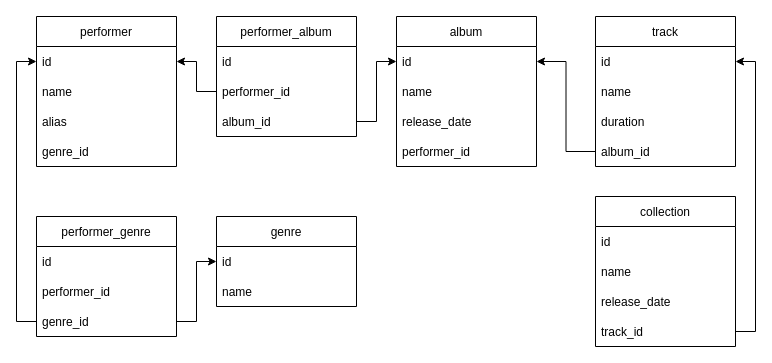
Above: Sheme Music_DB Diagram.drawio in Fmndkn/SQL_task (draw.io), before the change. Source tidied: cells renumbered, new cells numbered last; positions are measured from the earlier drawing's top-left corner, leaving out a move shared by most shapes. Both pictures are drawn from the tidied source at 100%, with x=0, y=0 at pixel (36, 16).
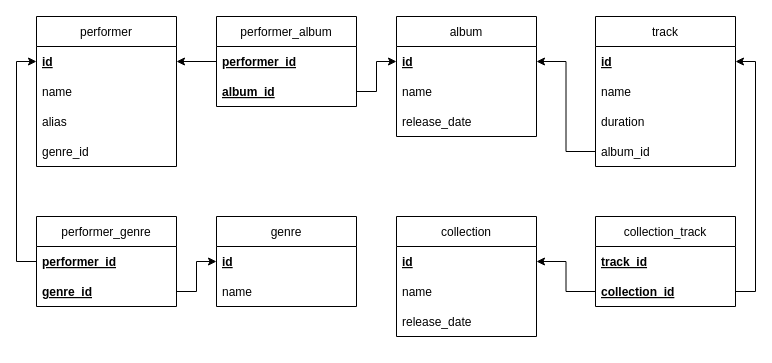
Above is the later version.

Unchanged cells that the change refers to:
```xml
<mxCell id="2" value="performer" style="swimlane;fontStyle=0;horizontal=1;startSize=30;" parent="1" vertex="1">
  <mxGeometry width="140" height="150" as="geometry" />
</mxCell>
<mxCell id="12" value="genre" style="swimlane;fontStyle=0;horizontal=1;startSize=30;" parent="1" vertex="1">
  <mxGeometry x="180" y="200" width="140" height="90" as="geometry" />
</mxCell>
<mxCell id="15" value="track" style="swimlane;fontStyle=0;horizontal=1;startSize=30;" parent="1" vertex="1">
  <mxGeometry x="559" width="140" height="150" as="geometry" />
</mxCell>
```

Change to the diagram source:
```diff
@@
-    <mxCell id="3" value="id" style="text;strokeColor=none;fillColor=none;align=left;verticalAlign=middle;spacingLeft=4;spacingRight=4;overflow=hidden;points=[[0,0.5],[1,0.5]];portConstraint=eastwest;" parent="2" vertex="1">
+    <mxCell id="3" value="id" style="text;strokeColor=none;fillColor=none;align=left;verticalAlign=middle;spacingLeft=4;spacingRight=4;overflow=hidden;points=[[0,0.5],[1,0.5]];portConstraint=eastwest;fontStyle=5;" parent="2" vertex="1">
       <mxGeometry y="30" width="140" height="30" as="geometry" />
     </mxCell>
@@
     <mxCell id="7" value="album" style="swimlane;fontStyle=0;horizontal=1;startSize=30;" parent="1" vertex="1">
-      <mxGeometry x="360" width="140" height="150" as="geometry" />
+      <mxGeometry x="360" width="140" height="120" as="geometry" />
     </mxCell>
-    <mxCell id="8" value="id" style="text;strokeColor=none;fillColor=none;align=left;verticalAlign=middle;spacingLeft=4;spacingRight=4;overflow=hidden;points=[[0,0.5],[1,0.5]];portConstraint=eastwest;" parent="7" vertex="1">
+    <mxCell id="8" value="id" style="text;strokeColor=none;fillColor=none;align=left;verticalAlign=middle;spacingLeft=4;spacingRight=4;overflow=hidden;points=[[0,0.5],[1,0.5]];portConstraint=eastwest;fontStyle=5;" parent="7" vertex="1">
       <mxGeometry y="30" width="140" height="30" as="geometry" />
     </mxCell>
@@
-    <mxCell id="11" value="performer_id" style="text;strokeColor=none;fillColor=none;align=left;verticalAlign=middle;spacingLeft=4;spacingRight=4;overflow=hidden;" parent="7" vertex="1">
-      <mxGeometry y="120" width="140" height="30" as="geometry" />
-    </mxCell>
@@
-    <mxCell id="13" value="id" style="text;strokeColor=none;fillColor=none;align=left;verticalAlign=middle;spacingLeft=4;spacingRight=4;overflow=hidden;points=[[0,0.5],[1,0.5]];portConstraint=eastwest;" parent="12" vertex="1">
+    <mxCell id="13" value="id" style="text;strokeColor=none;fillColor=none;align=left;verticalAlign=middle;spacingLeft=4;spacingRight=4;overflow=hidden;points=[[0,0.5],[1,0.5]];portConstraint=eastwest;fontStyle=5;" parent="12" vertex="1">
       <mxGeometry y="30" width="140" height="30" as="geometry" />
     </mxCell>
@@
-    <mxCell id="16" value="id" style="text;strokeColor=none;fillColor=none;align=left;verticalAlign=middle;spacingLeft=4;spacingRight=4;overflow=hidden;points=[[0,0.5],[1,0.5]];portConstraint=eastwest;" parent="15" vertex="1">
+    <mxCell id="16" value="id" style="text;strokeColor=none;fillColor=none;align=left;verticalAlign=middle;spacingLeft=4;spacingRight=4;overflow=hidden;points=[[0,0.5],[1,0.5]];portConstraint=eastwest;fontStyle=5;" parent="15" vertex="1">
       <mxGeometry y="30" width="140" height="30" as="geometry" />
     </mxCell>
@@
     <mxCell id="21" value="collection" style="swimlane;fontStyle=0;horizontal=1;startSize=30;" parent="1" vertex="1">
-      <mxGeometry x="559" y="180" width="140" height="150" as="geometry" />
+      <mxGeometry x="360" y="200" width="140" height="120" as="geometry" />
     </mxCell>
-    <mxCell id="22" value="id" style="text;strokeColor=none;fillColor=none;align=left;verticalAlign=middle;spacingLeft=4;spacingRight=4;overflow=hidden;points=[[0,0.5],[1,0.5]];portConstraint=eastwest;" parent="21" vertex="1">
+    <mxCell id="22" value="id" style="text;strokeColor=none;fillColor=none;align=left;verticalAlign=middle;spacingLeft=4;spacingRight=4;overflow=hidden;points=[[0,0.5],[1,0.5]];portConstraint=eastwest;fontStyle=5;" parent="21" vertex="1">
       <mxGeometry y="30" width="140" height="30" as="geometry" />
     </mxCell>
@@
-    <mxCell id="25" value="track_id" style="text;strokeColor=none;fillColor=none;align=left;verticalAlign=middle;spacingLeft=4;spacingRight=4;overflow=hidden;points=[[0,0.5],[1,0.5]];portConstraint=eastwest;" parent="21" vertex="1">
-      <mxGeometry y="120" width="140" height="30" as="geometry" />
-    </mxCell>
     <mxCell id="26" value="performer_album" style="swimlane;fontStyle=0;horizontal=1;startSize=30;" parent="1" vertex="1">
-      <mxGeometry x="180" width="140" height="120" as="geometry" />
+      <mxGeometry x="180" width="140" height="90" as="geometry" />
     </mxCell>
-    <mxCell id="27" value="id" style="text;strokeColor=none;fillColor=none;align=left;verticalAlign=middle;spacingLeft=4;spacingRight=4;overflow=hidden;" parent="26" vertex="1">
-      <mxGeometry y="30" width="140" height="30" as="geometry" />
-    </mxCell>
-    <mxCell id="28" value="performer_id" style="text;strokeColor=none;fillColor=none;align=left;verticalAlign=middle;spacingLeft=4;spacingRight=4;overflow=hidden;points=[[0,0.5],[1,0.5]];portConstraint=eastwest;" parent="26" vertex="1">
-      <mxGeometry y="60" width="140" height="30" as="geometry" />
+    <mxCell id="28" value="performer_id" style="text;strokeColor=none;fillColor=none;align=left;verticalAlign=middle;spacingLeft=4;spacingRight=4;overflow=hidden;points=[[0,0.5],[1,0.5]];portConstraint=eastwest;fontStyle=5;" parent="26" vertex="1">
+      <mxGeometry y="30" width="140" height="30" as="geometry" />
     </mxCell>
-    <mxCell id="29" value="album_id" style="text;strokeColor=none;fillColor=none;align=left;verticalAlign=middle;spacingLeft=4;spacingRight=4;overflow=hidden;points=[[0,0.5],[1,0.5]];portConstraint=eastwest;" parent="26" vertex="1">
-      <mxGeometry y="90" width="140" height="30" as="geometry" />
+    <mxCell id="29" value="album_id" style="text;strokeColor=none;fillColor=none;align=left;verticalAlign=middle;spacingLeft=4;spacingRight=4;overflow=hidden;points=[[0,0.5],[1,0.5]];portConstraint=eastwest;fontStyle=5;" parent="26" vertex="1">
+      <mxGeometry y="60" width="140" height="30" as="geometry" />
     </mxCell>
@@
-    <mxCell id="32" style="edgeStyle=orthogonalEdgeStyle;rounded=0;jettySize=auto;html=1;entryX=1;entryY=0.5;entryDx=0;entryDy=0;" parent="1" edge="1" source="25" target="16">
-      <mxGeometry relative="1" as="geometry">
-        <Array as="points">
-          <mxPoint x="719" y="315" />
-          <mxPoint x="719" y="45" />
-        </Array>
-      </mxGeometry>
-    </mxCell>
     <mxCell id="33" value="performer_genre" style="swimlane;fontStyle=0;horizontal=1;startSize=30;" parent="1" vertex="1">
-      <mxGeometry y="200" width="140" height="120" as="geometry" />
+      <mxGeometry y="200" width="140" height="90" as="geometry" />
     </mxCell>
-    <mxCell id="34" value="id" style="text;strokeColor=none;fillColor=none;align=left;verticalAlign=middle;spacingLeft=4;spacingRight=4;overflow=hidden;" parent="33" vertex="1">
-      <mxGeometry y="30" width="140" height="30" as="geometry" />
-    </mxCell>
-    <mxCell id="35" value="performer_id" style="text;strokeColor=none;fillColor=none;align=left;verticalAlign=middle;spacingLeft=4;spacingRight=4;overflow=hidden;points=[[0,0.5],[1,0.5]];portConstraint=eastwest;" parent="33" vertex="1">
-      <mxGeometry y="60" width="140" height="30" as="geometry" />
+    <mxCell id="35" value="performer_id" style="text;strokeColor=none;fillColor=none;align=left;verticalAlign=middle;spacingLeft=4;spacingRight=4;overflow=hidden;points=[[0,0.5],[1,0.5]];portConstraint=eastwest;fontStyle=5;" parent="33" vertex="1">
+      <mxGeometry y="30" width="140" height="30" as="geometry" />
     </mxCell>
-    <mxCell id="36" value="genre_id" style="text;strokeColor=none;fillColor=none;align=left;verticalAlign=middle;spacingLeft=4;spacingRight=4;overflow=hidden;points=[[0,0.5],[1,0.5]];portConstraint=eastwest;" parent="33" vertex="1">
-      <mxGeometry y="90" width="140" height="30" as="geometry" />
+    <mxCell id="36" value="genre_id" style="text;strokeColor=none;fillColor=none;align=left;verticalAlign=middle;spacingLeft=4;spacingRight=4;overflow=hidden;points=[[0,0.5],[1,0.5]];portConstraint=eastwest;fontStyle=5;" parent="33" vertex="1">
+      <mxGeometry y="60" width="140" height="30" as="geometry" />
     </mxCell>
@@
-    <mxCell id="38" style="edgeStyle=orthogonalEdgeStyle;rounded=0;jettySize=auto;html=1;entryX=0;entryY=0.5;entryDx=0;entryDy=0;" parent="1" edge="1" source="36" target="3">
+    <mxCell id="38" style="edgeStyle=orthogonalEdgeStyle;rounded=0;jettySize=auto;html=1;entryX=0;entryY=0.5;entryDx=0;entryDy=0;exitX=0;exitY=0.5;exitDx=0;exitDy=0;" parent="1" edge="1" source="35" target="3">
       <mxGeometry relative="1" as="geometry" />
     </mxCell>
+    <mxCell id="39" value="collection_track" style="swimlane;fontStyle=0;horizontal=1;startSize=30;" parent="1" vertex="1">
+      <mxGeometry x="559" y="200" width="140" height="90" as="geometry" />
+    </mxCell>
+    <mxCell id="25" value="track_id" style="text;strokeColor=none;fillColor=none;align=left;verticalAlign=middle;spacingLeft=4;spacingRight=4;overflow=hidden;points=[[0,0.5],[1,0.5]];portConstraint=eastwest;fontStyle=5;" parent="39" vertex="1">
+      <mxGeometry y="30" width="140" height="30" as="geometry" />
+    </mxCell>
+    <mxCell id="40" value="collection_id" style="text;strokeColor=none;fillColor=none;align=left;verticalAlign=middle;spacingLeft=4;spacingRight=4;overflow=hidden;points=[[0,0.5],[1,0.5]];portConstraint=eastwest;fontStyle=5;" parent="39" vertex="1">
+      <mxGeometry y="60" width="140" height="30" as="geometry" />
+    </mxCell>
+    <mxCell id="41" style="edgeStyle=orthogonalEdgeStyle;rounded=0;jettySize=auto;html=1;entryX=1;entryY=0.5;entryDx=0;entryDy=0;" parent="1" edge="1" source="40" target="22">
+      <mxGeometry relative="1" as="geometry" />
+    </mxCell>
+    <mxCell id="32" style="edgeStyle=orthogonalEdgeStyle;rounded=0;jettySize=auto;html=1;entryX=1;entryY=0.5;entryDx=0;entryDy=0;exitX=1;exitY=0.5;exitDx=0;exitDy=0;" parent="1" edge="1" source="25" target="16">
+      <mxGeometry relative="1" as="geometry">
+        <Array as="points">
+          <mxPoint x="719" y="275" />
+          <mxPoint x="719" y="45" />
+        </Array>
+      </mxGeometry>
+    </mxCell>
```
